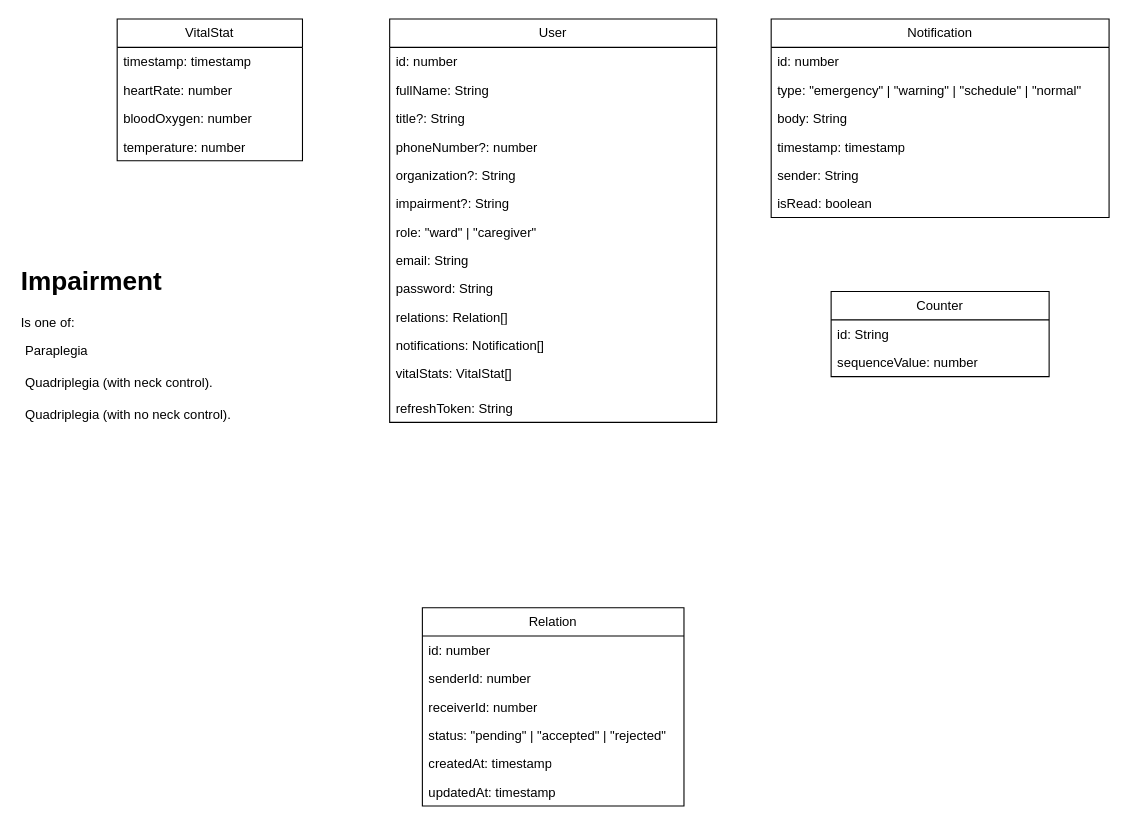
The draw.io diagram db_design.drawio in ahmed0nasser/gp-backend, before the edit. Source tidied: cells renumbered, new cells numbered last; positions are measured from the earlier drawing's top-left corner, leaving out a move shared by most shapes. Both pictures are drawn from the tidied source at 109%, with x=0, y=0 at pixel (19, 19).
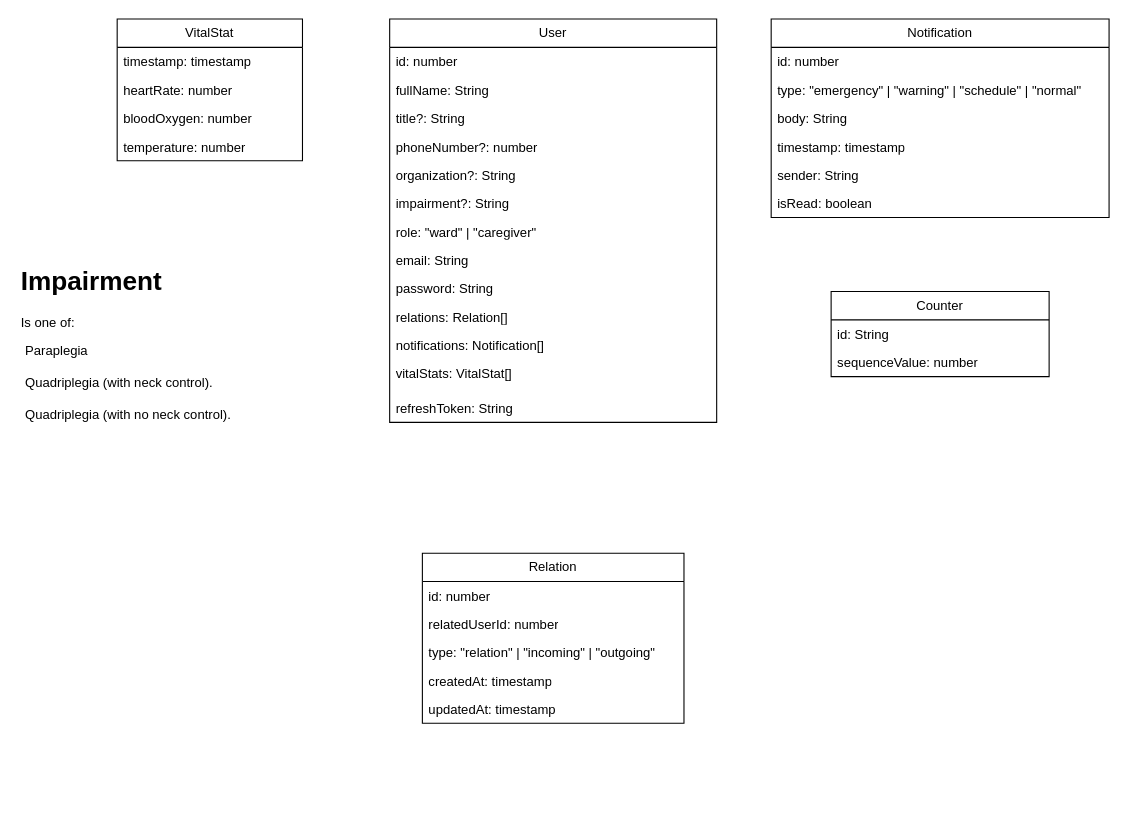
After the change.

The edit, as a diff of the source:
```diff
@@
     <mxCell id="17" value="Relation" style="swimlane;fontStyle=0;horizontal=1;startSize=26;fillColor=none;whiteSpace=wrap;html=1;" parent="1" vertex="1">
-      <mxGeometry x="370" y="540" width="240" height="182" as="geometry" />
+      <mxGeometry x="370" y="490" width="240" height="156" as="geometry" />
     </mxCell>
@@
-    <mxCell id="19" value="senderId: number" style="text;strokeColor=none;fillColor=none;align=left;verticalAlign=top;spacingLeft=4;spacingRight=4;overflow=hidden;whiteSpace=wrap;html=1;" parent="17" vertex="1">
-      <mxGeometry y="52" width="240" height="26" as="geometry" />
-    </mxCell>
-    <mxCell id="20" value="receiverId: number" style="text;strokeColor=none;fillColor=none;align=left;verticalAlign=top;spacingLeft=4;spacingRight=4;overflow=hidden;whiteSpace=wrap;html=1;" parent="17" vertex="1">
-      <mxGeometry y="78" width="240" height="26" as="geometry" />
+    <mxCell id="20" value="relatedUserId: number" style="text;strokeColor=none;fillColor=none;align=left;verticalAlign=top;spacingLeft=4;spacingRight=4;overflow=hidden;whiteSpace=wrap;html=1;" parent="17" vertex="1">
+      <mxGeometry y="52" width="240" height="26" as="geometry" />
     </mxCell>
-    <mxCell id="21" value="status: &quot;pending&quot; | &quot;accepted&quot; | &quot;rejected&quot;" style="text;strokeColor=none;fillColor=none;align=left;verticalAlign=top;spacingLeft=4;spacingRight=4;overflow=hidden;whiteSpace=wrap;html=1;" parent="17" vertex="1">
-      <mxGeometry y="104" width="240" height="26" as="geometry" />
+    <mxCell id="21" value="type: &quot;relation&quot; | &quot;incoming&quot; | &quot;outgoing&quot;" style="text;strokeColor=none;fillColor=none;align=left;verticalAlign=top;spacingLeft=4;spacingRight=4;overflow=hidden;whiteSpace=wrap;html=1;" parent="17" vertex="1">
+      <mxGeometry y="78" width="240" height="26" as="geometry" />
     </mxCell>
     <mxCell id="22" value="createdAt: timestamp" style="text;strokeColor=none;fillColor=none;align=left;verticalAlign=top;spacingLeft=4;spacingRight=4;overflow=hidden;whiteSpace=wrap;html=1;" parent="17" vertex="1">
-      <mxGeometry y="130" width="240" height="26" as="geometry" />
+      <mxGeometry y="104" width="240" height="26" as="geometry" />
     </mxCell>
     <mxCell id="23" value="updatedAt: timestamp" style="text;strokeColor=none;fillColor=none;align=left;verticalAlign=top;spacingLeft=4;spacingRight=4;overflow=hidden;whiteSpace=wrap;html=1;" parent="17" vertex="1">
-      <mxGeometry y="156" width="240" height="26" as="geometry" />
+      <mxGeometry y="130" width="240" height="26" as="geometry" />
     </mxCell>
```
